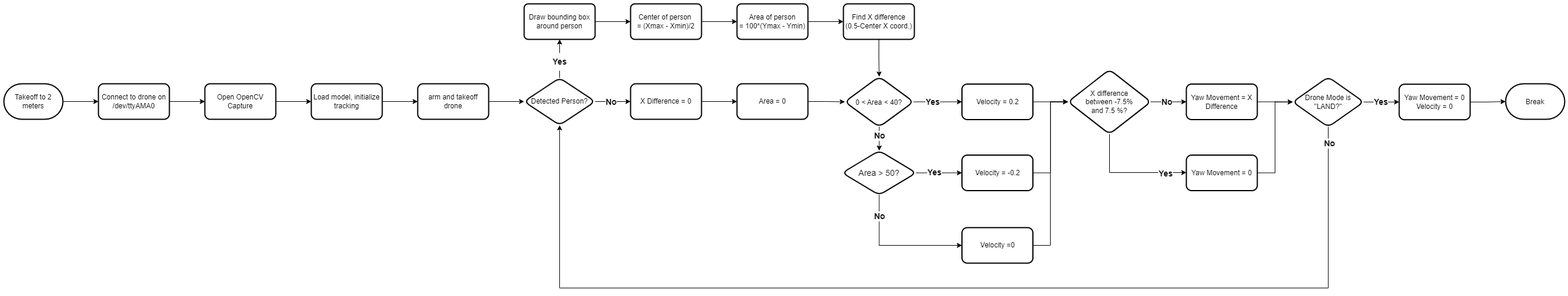
Earlier version of the draw.io export Videos and Pictures/readme gifs/person tracking flowchart.png (tommyzhng/person-tracking-drone). Source tidied: cells renumbered, new cells last; positions are measured from the earlier drawing's top-left corner, leaving out a move shared by most shapes. The source it was exported from:
```xml
<mxGraphModel>
  <root>
    <mxCell id="0" />
    <mxCell id="1" parent="0" />
    <mxCell id="2" style="edgeStyle=orthogonalEdgeStyle;rounded=0;jettySize=auto;html=1;fontSize=12;" parent="1" edge="1" source="3" target="9">
      <mxGeometry relative="1" as="geometry" />
    </mxCell>
    <mxCell id="3" value="Takeoff to 2 meters" style="strokeWidth=2;html=1;shape=mxgraph.flowchart.terminator;whiteSpace=wrap;" parent="1" vertex="1">
      <mxGeometry y="135" width="100" height="60" as="geometry" />
    </mxCell>
    <mxCell id="4" style="edgeStyle=orthogonalEdgeStyle;rounded=0;jettySize=auto;html=1;fontSize=14;" parent="1" edge="1" source="5" target="7">
      <mxGeometry relative="1" as="geometry" />
    </mxCell>
    <mxCell id="5" value="Draw bounding box around person" style="rounded=1;whiteSpace=wrap;html=1;absoluteArcSize=1;arcSize=14;strokeWidth=2;" parent="1" vertex="1">
      <mxGeometry x="880" width="120" height="60" as="geometry" />
    </mxCell>
    <mxCell id="6" style="edgeStyle=orthogonalEdgeStyle;rounded=0;jettySize=auto;html=1;fontSize=14;" parent="1" edge="1" source="7" target="21">
      <mxGeometry relative="1" as="geometry" />
    </mxCell>
    <mxCell id="7" value="Center of person&amp;nbsp;&lt;br&gt;= (Xmax - Xmin)/2" style="whiteSpace=wrap;html=1;strokeWidth=2;rounded=1;arcSize=12;" parent="1" vertex="1">
      <mxGeometry x="1060" width="120" height="60" as="geometry" />
    </mxCell>
    <mxCell id="8" style="edgeStyle=orthogonalEdgeStyle;rounded=0;jettySize=auto;html=1;fontSize=12;" parent="1" edge="1" source="9" target="11">
      <mxGeometry relative="1" as="geometry" />
    </mxCell>
    <mxCell id="9" value="Connect to drone on&lt;br&gt;/dev/ttyAMA0" style="rounded=1;whiteSpace=wrap;html=1;strokeWidth=2;" parent="1" vertex="1">
      <mxGeometry x="160" y="135" width="120" height="60" as="geometry" />
    </mxCell>
    <mxCell id="10" style="edgeStyle=orthogonalEdgeStyle;rounded=0;jettySize=auto;html=1;fontSize=12;" parent="1" edge="1" source="11" target="13">
      <mxGeometry relative="1" as="geometry" />
    </mxCell>
    <mxCell id="11" value="Open OpenCV Capture" style="rounded=1;whiteSpace=wrap;html=1;strokeWidth=2;" parent="1" vertex="1">
      <mxGeometry x="340" y="135" width="120" height="60" as="geometry" />
    </mxCell>
    <mxCell id="12" style="edgeStyle=orthogonalEdgeStyle;rounded=0;jettySize=auto;html=1;fontSize=12;" parent="1" edge="1" source="13" target="15">
      <mxGeometry relative="1" as="geometry" />
    </mxCell>
    <mxCell id="13" value="Load model, initialize tracking" style="whiteSpace=wrap;html=1;rounded=1;strokeWidth=2;" parent="1" vertex="1">
      <mxGeometry x="520" y="135" width="120" height="60" as="geometry" />
    </mxCell>
    <mxCell id="14" style="edgeStyle=orthogonalEdgeStyle;rounded=0;jettySize=auto;html=1;fontSize=12;" parent="1" edge="1" source="15" target="19">
      <mxGeometry relative="1" as="geometry" />
    </mxCell>
    <mxCell id="15" value="arm and takeoff&lt;br&gt;drone" style="whiteSpace=wrap;html=1;rounded=1;strokeWidth=2;" parent="1" vertex="1">
      <mxGeometry x="700" y="135" width="120" height="60" as="geometry" />
    </mxCell>
    <mxCell id="16" style="edgeStyle=orthogonalEdgeStyle;rounded=0;jettySize=auto;html=1;entryX=0.5;entryY=1;entryDx=0;entryDy=0;fontSize=14;exitX=0.5;exitY=0;exitDx=0;exitDy=0;startArrow=none;" parent="1" edge="1" source="38" target="5">
      <mxGeometry relative="1" as="geometry" />
    </mxCell>
    <mxCell id="17" style="edgeStyle=orthogonalEdgeStyle;rounded=0;jettySize=auto;html=1;fontSize=14;" parent="1" edge="1" source="19" target="25">
      <mxGeometry relative="1" as="geometry" />
    </mxCell>
    <mxCell id="18" value="No" style="edgeLabel;html=1;align=center;verticalAlign=middle;fontSize=14;fontStyle=1;" parent="17" vertex="1">
      <mxGeometry x="-0.25" relative="1" as="geometry">
        <mxPoint x="3" as="offset" />
      </mxGeometry>
    </mxCell>
    <mxCell id="19" value="Detected Person?" style="rhombus;whiteSpace=wrap;html=1;rounded=1;strokeWidth=2;" parent="1" vertex="1">
      <mxGeometry x="880" y="125" width="120" height="80" as="geometry" />
    </mxCell>
    <mxCell id="20" style="edgeStyle=orthogonalEdgeStyle;rounded=0;jettySize=auto;html=1;fontSize=14;" parent="1" edge="1" source="21" target="23">
      <mxGeometry relative="1" as="geometry" />
    </mxCell>
    <mxCell id="21" value="Area of person&lt;br&gt;= 100*(Ymax - Ymin)" style="whiteSpace=wrap;html=1;strokeWidth=2;rounded=1;arcSize=12;" parent="1" vertex="1">
      <mxGeometry x="1240" width="120" height="60" as="geometry" />
    </mxCell>
    <mxCell id="22" style="edgeStyle=orthogonalEdgeStyle;rounded=0;jettySize=auto;html=1;exitX=0.5;exitY=1;exitDx=0;exitDy=0;entryX=0.5;entryY=0;entryDx=0;entryDy=0;fontSize=14;" parent="1" edge="1" source="23" target="37">
      <mxGeometry relative="1" as="geometry" />
    </mxCell>
    <mxCell id="23" value="Find X difference&lt;br&gt;(0.5-Center X coord.)" style="whiteSpace=wrap;html=1;strokeWidth=2;rounded=1;arcSize=12;" parent="1" vertex="1">
      <mxGeometry x="1420" width="120" height="60" as="geometry" />
    </mxCell>
    <mxCell id="24" style="edgeStyle=orthogonalEdgeStyle;rounded=0;jettySize=auto;html=1;fontSize=14;" parent="1" edge="1" source="25" target="27">
      <mxGeometry relative="1" as="geometry" />
    </mxCell>
    <mxCell id="25" value="X Difference = 0" style="whiteSpace=wrap;html=1;rounded=1;strokeWidth=2;" parent="1" vertex="1">
      <mxGeometry x="1060" y="135" width="120" height="60" as="geometry" />
    </mxCell>
    <mxCell id="26" style="edgeStyle=orthogonalEdgeStyle;rounded=0;jettySize=auto;html=1;fontSize=14;entryX=0;entryY=0.5;entryDx=0;entryDy=0;" parent="1" edge="1" source="27" target="37">
      <mxGeometry relative="1" as="geometry" />
    </mxCell>
    <mxCell id="27" value="Area = 0" style="whiteSpace=wrap;html=1;rounded=1;strokeWidth=2;" parent="1" vertex="1">
      <mxGeometry x="1240" y="135" width="120" height="60" as="geometry" />
    </mxCell>
    <mxCell id="28" style="edgeStyle=orthogonalEdgeStyle;rounded=0;jettySize=auto;html=1;fontSize=14;" parent="1" edge="1" source="32" target="43">
      <mxGeometry relative="1" as="geometry" />
    </mxCell>
    <mxCell id="29" value="&lt;b&gt;Yes&lt;/b&gt;" style="edgeLabel;html=1;align=center;verticalAlign=middle;fontSize=14;" parent="28" vertex="1">
      <mxGeometry x="-0.19" y="1" relative="1" as="geometry">
        <mxPoint x="-1" as="offset" />
      </mxGeometry>
    </mxCell>
    <mxCell id="30" style="edgeStyle=orthogonalEdgeStyle;rounded=0;jettySize=auto;html=1;fontSize=14;exitX=0.5;exitY=1;exitDx=0;exitDy=0;entryX=0;entryY=0.5;entryDx=0;entryDy=0;" parent="1" edge="1" source="32" target="45">
      <mxGeometry relative="1" as="geometry" />
    </mxCell>
    <mxCell id="31" value="&lt;b style=&quot;font-size: 14px;&quot;&gt;No&lt;/b&gt;" style="edgeLabel;html=1;align=center;verticalAlign=middle;fontSize=14;" parent="30" vertex="1">
      <mxGeometry x="-0.35" relative="1" as="geometry">
        <mxPoint y="-38" as="offset" />
      </mxGeometry>
    </mxCell>
    <mxCell id="32" value="&lt;span style=&quot;font-size: 14px;&quot;&gt;Area &amp;gt; 50?&lt;/span&gt;" style="rhombus;whiteSpace=wrap;html=1;rounded=1;strokeWidth=2;" parent="1" vertex="1">
      <mxGeometry x="1418" y="248" width="125" height="75" as="geometry" />
    </mxCell>
    <mxCell id="33" style="edgeStyle=orthogonalEdgeStyle;rounded=0;jettySize=auto;html=1;fontSize=14;" parent="1" edge="1" source="37" target="32">
      <mxGeometry relative="1" as="geometry" />
    </mxCell>
    <mxCell id="34" value="&lt;b&gt;No&lt;/b&gt;" style="edgeLabel;html=1;align=center;verticalAlign=middle;fontSize=14;" parent="33" vertex="1">
      <mxGeometry x="-0.17" y="-2" relative="1" as="geometry">
        <mxPoint x="2" y="-2" as="offset" />
      </mxGeometry>
    </mxCell>
    <mxCell id="35" style="edgeStyle=orthogonalEdgeStyle;rounded=0;jettySize=auto;html=1;fontSize=14;" parent="1" edge="1" source="37" target="41">
      <mxGeometry relative="1" as="geometry" />
    </mxCell>
    <mxCell id="36" value="&lt;b&gt;Yes&lt;/b&gt;" style="edgeLabel;html=1;align=center;verticalAlign=middle;fontSize=14;" parent="35" vertex="1">
      <mxGeometry x="-0.22" relative="1" as="geometry" />
    </mxCell>
    <mxCell id="37" value="&lt;span style=&quot;font-size: 12px;&quot;&gt;0 &amp;lt; Area &amp;lt; 40?&lt;/span&gt;" style="rhombus;whiteSpace=wrap;html=1;rounded=1;strokeWidth=2;fontSize=14;" parent="1" vertex="1">
      <mxGeometry x="1422.4" y="123" width="116.2" height="85" as="geometry" />
    </mxCell>
    <mxCell id="38" value="Yes" style="text;html=1;align=center;verticalAlign=middle;points=[];strokeColor=none;fillColor=none;fontSize=14;fontStyle=1;" parent="1" vertex="1">
      <mxGeometry x="915" y="83" width="50" height="30" as="geometry" />
    </mxCell>
    <mxCell id="39" style="edgeStyle=orthogonalEdgeStyle;rounded=0;jettySize=auto;html=1;entryX=0.5;entryY=1;entryDx=0;entryDy=0;fontSize=14;exitX=0.5;exitY=0;exitDx=0;exitDy=0;endArrow=none;" parent="1" edge="1" source="19" target="38">
      <mxGeometry relative="1" as="geometry" />
    </mxCell>
    <mxCell id="40" style="edgeStyle=orthogonalEdgeStyle;rounded=0;jettySize=auto;html=1;fontSize=14;" parent="1" edge="1" source="41" target="50">
      <mxGeometry relative="1" as="geometry" />
    </mxCell>
    <mxCell id="41" value="Velocity = 0.2" style="rounded=1;whiteSpace=wrap;html=1;fontSize=12;strokeWidth=2;" parent="1" vertex="1">
      <mxGeometry x="1620.5" y="135.5" width="120" height="60" as="geometry" />
    </mxCell>
    <mxCell id="42" style="edgeStyle=orthogonalEdgeStyle;rounded=0;jettySize=auto;html=1;entryX=0;entryY=0.5;entryDx=0;entryDy=0;fontSize=14;" parent="1" edge="1" source="43" target="50">
      <mxGeometry relative="1" as="geometry" />
    </mxCell>
    <mxCell id="43" value="Velocity = -0.2" style="rounded=1;whiteSpace=wrap;html=1;strokeWidth=2;" parent="1" vertex="1">
      <mxGeometry x="1620.5" y="255.5" width="120" height="60" as="geometry" />
    </mxCell>
    <mxCell id="44" style="edgeStyle=orthogonalEdgeStyle;rounded=0;jettySize=auto;html=1;fontSize=14;entryX=0;entryY=0.5;entryDx=0;entryDy=0;verticalAlign=middle;endArrow=open;endFill=0;" parent="1" edge="1" source="45" target="50">
      <mxGeometry relative="1" as="geometry">
        <Array as="points">
          <mxPoint x="1770" y="408" />
          <mxPoint x="1770" y="166" />
        </Array>
      </mxGeometry>
    </mxCell>
    <mxCell id="45" value="Velocity =0" style="rounded=1;whiteSpace=wrap;html=1;strokeWidth=2;" parent="1" vertex="1">
      <mxGeometry x="1620.5" y="378" width="120" height="60" as="geometry" />
    </mxCell>
    <mxCell id="46" style="edgeStyle=orthogonalEdgeStyle;rounded=0;jettySize=auto;html=1;fontSize=14;endArrow=classic;endFill=1;" parent="1" edge="1" source="50" target="52">
      <mxGeometry relative="1" as="geometry" />
    </mxCell>
    <mxCell id="47" value="No" style="edgeLabel;html=1;align=center;verticalAlign=middle;fontSize=14;fontStyle=1;" parent="46" vertex="1">
      <mxGeometry x="-0.14" relative="1" as="geometry" />
    </mxCell>
    <mxCell id="48" style="edgeStyle=orthogonalEdgeStyle;rounded=0;jettySize=auto;html=1;fontSize=14;endArrow=classic;endFill=1;" parent="1" edge="1" source="50" target="54">
      <mxGeometry relative="1" as="geometry">
        <Array as="points">
          <mxPoint x="1870" y="285" />
        </Array>
      </mxGeometry>
    </mxCell>
    <mxCell id="49" value="Yes" style="edgeLabel;html=1;align=center;verticalAlign=middle;fontSize=14;fontStyle=1;" parent="48" vertex="1">
      <mxGeometry x="-0.39" relative="1" as="geometry">
        <mxPoint x="94" y="6" as="offset" />
      </mxGeometry>
    </mxCell>
    <mxCell id="50" value="X difference&lt;br&gt;between -7.5% &lt;br&gt;and 7.5 %?" style="rhombus;whiteSpace=wrap;html=1;rounded=1;strokeWidth=2;" parent="1" vertex="1">
      <mxGeometry x="1800" y="111" width="140" height="109" as="geometry" />
    </mxCell>
    <mxCell id="51" style="edgeStyle=orthogonalEdgeStyle;rounded=0;jettySize=auto;html=1;fontSize=14;endArrow=classic;endFill=1;" parent="1" edge="1" source="52" target="59">
      <mxGeometry relative="1" as="geometry" />
    </mxCell>
    <mxCell id="52" value="Yaw Movement = X Difference" style="whiteSpace=wrap;html=1;rounded=1;strokeWidth=2;" parent="1" vertex="1">
      <mxGeometry x="2000" y="135.5" width="120" height="60" as="geometry" />
    </mxCell>
    <mxCell id="53" style="edgeStyle=orthogonalEdgeStyle;rounded=0;jettySize=auto;html=1;entryX=0;entryY=0.5;entryDx=0;entryDy=0;fontSize=14;endArrow=classic;endFill=1;" parent="1" edge="1" source="54" target="59">
      <mxGeometry relative="1" as="geometry" />
    </mxCell>
    <mxCell id="54" value="Yaw Movement = 0" style="whiteSpace=wrap;html=1;rounded=1;strokeWidth=2;" parent="1" vertex="1">
      <mxGeometry x="2000" y="255.5" width="120" height="60" as="geometry" />
    </mxCell>
    <mxCell id="55" style="edgeStyle=orthogonalEdgeStyle;rounded=0;jettySize=auto;html=1;fontSize=14;endArrow=classic;endFill=1;" parent="1" edge="1" source="59" target="61">
      <mxGeometry relative="1" as="geometry" />
    </mxCell>
    <mxCell id="56" value="Yes" style="edgeLabel;html=1;align=center;verticalAlign=middle;fontSize=14;fontStyle=1;" parent="55" vertex="1">
      <mxGeometry x="-0.26" y="-2" relative="1" as="geometry">
        <mxPoint x="7" y="-2" as="offset" />
      </mxGeometry>
    </mxCell>
    <mxCell id="57" style="edgeStyle=orthogonalEdgeStyle;rounded=0;jettySize=auto;html=1;fontSize=14;endArrow=classic;endFill=1;entryX=0.5;entryY=1;entryDx=0;entryDy=0;" parent="1" edge="1" source="59" target="19">
      <mxGeometry relative="1" as="geometry">
        <Array as="points">
          <mxPoint x="2240" y="480" />
          <mxPoint x="940" y="480" />
        </Array>
      </mxGeometry>
    </mxCell>
    <mxCell id="58" value="&lt;b&gt;No&lt;/b&gt;" style="edgeLabel;html=1;align=center;verticalAlign=middle;fontSize=14;" parent="57" vertex="1">
      <mxGeometry x="-0.97" y="1" relative="1" as="geometry" />
    </mxCell>
    <mxCell id="59" value="Drone Mode is &quot;LAND?&quot;" style="rhombus;whiteSpace=wrap;html=1;rounded=1;strokeWidth=2;" parent="1" vertex="1">
      <mxGeometry x="2180" y="123.5" width="120" height="84.5" as="geometry" />
    </mxCell>
    <mxCell id="60" style="edgeStyle=orthogonalEdgeStyle;rounded=0;jettySize=auto;html=1;fontSize=14;endArrow=classic;endFill=1;" parent="1" edge="1" source="61" target="62">
      <mxGeometry relative="1" as="geometry" />
    </mxCell>
    <mxCell id="61" value="Yaw Movement = 0&lt;br&gt;Velocity = 0" style="whiteSpace=wrap;html=1;rounded=1;strokeWidth=2;" parent="1" vertex="1">
      <mxGeometry x="2360" y="135.8" width="120" height="60" as="geometry" />
    </mxCell>
    <mxCell id="62" value="&lt;font style=&quot;font-size: 12px;&quot;&gt;Break&lt;/font&gt;" style="strokeWidth=2;html=1;shape=mxgraph.flowchart.terminator;whiteSpace=wrap;fontSize=14;" parent="1" vertex="1">
      <mxGeometry x="2540" y="135" width="100" height="60" as="geometry" />
    </mxCell>
  </root>
</mxGraphModel>
```
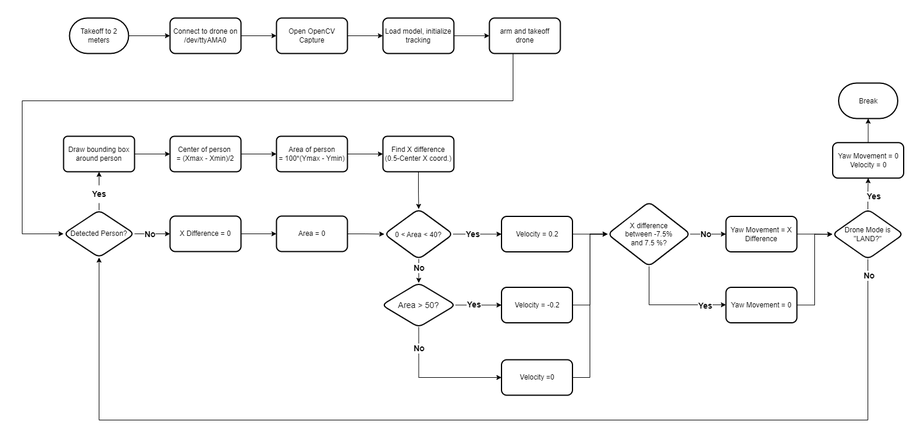
Later version of the same file.

Change to the diagram source:
```diff
@@ -6,7 +6,7 @@
       <mxGeometry relative="1" as="geometry" />
     </mxCell>
     <mxCell id="3" value="Takeoff to 2 meters" style="strokeWidth=2;html=1;shape=mxgraph.flowchart.terminator;whiteSpace=wrap;" parent="1" vertex="1">
-      <mxGeometry y="135" width="100" height="60" as="geometry" />
+      <mxGeometry x="890" y="-200" width="100" height="60" as="geometry" />
     </mxCell>
     <mxCell id="4" style="edgeStyle=orthogonalEdgeStyle;rounded=0;jettySize=auto;html=1;fontSize=14;" parent="1" edge="1" source="5" target="7">
       <mxGeometry relative="1" as="geometry" />
@@ -24,25 +24,31 @@
       <mxGeometry relative="1" as="geometry" />
     </mxCell>
     <mxCell id="9" value="Connect to drone on&lt;br&gt;/dev/ttyAMA0" style="rounded=1;whiteSpace=wrap;html=1;strokeWidth=2;" parent="1" vertex="1">
-      <mxGeometry x="160" y="135" width="120" height="60" as="geometry" />
+      <mxGeometry x="1060" y="-200" width="120" height="60" as="geometry" />
     </mxCell>
     <mxCell id="10" style="edgeStyle=orthogonalEdgeStyle;rounded=0;jettySize=auto;html=1;fontSize=12;" parent="1" edge="1" source="11" target="13">
       <mxGeometry relative="1" as="geometry" />
     </mxCell>
     <mxCell id="11" value="Open OpenCV Capture" style="rounded=1;whiteSpace=wrap;html=1;strokeWidth=2;" parent="1" vertex="1">
-      <mxGeometry x="340" y="135" width="120" height="60" as="geometry" />
+      <mxGeometry x="1240" y="-200" width="120" height="60" as="geometry" />
     </mxCell>
     <mxCell id="12" style="edgeStyle=orthogonalEdgeStyle;rounded=0;jettySize=auto;html=1;fontSize=12;" parent="1" edge="1" source="13" target="15">
       <mxGeometry relative="1" as="geometry" />
     </mxCell>
     <mxCell id="13" value="Load model, initialize tracking" style="whiteSpace=wrap;html=1;rounded=1;strokeWidth=2;" parent="1" vertex="1">
-      <mxGeometry x="520" y="135" width="120" height="60" as="geometry" />
+      <mxGeometry x="1420" y="-200" width="120" height="60" as="geometry" />
     </mxCell>
-    <mxCell id="14" style="edgeStyle=orthogonalEdgeStyle;rounded=0;jettySize=auto;html=1;fontSize=12;" parent="1" edge="1" source="15" target="19">
-      <mxGeometry relative="1" as="geometry" />
+    <mxCell id="14" style="edgeStyle=orthogonalEdgeStyle;rounded=0;jettySize=auto;html=1;entryX=0;entryY=0.5;entryDx=0;entryDy=0;" parent="1" edge="1" source="15" target="19">
+      <mxGeometry relative="1" as="geometry">
+        <Array as="points">
+          <mxPoint x="1640" y="-60" />
+          <mxPoint x="810" y="-60" />
+          <mxPoint x="810" y="165" />
+        </Array>
+      </mxGeometry>
     </mxCell>
     <mxCell id="15" value="arm and takeoff&lt;br&gt;drone" style="whiteSpace=wrap;html=1;rounded=1;strokeWidth=2;" parent="1" vertex="1">
-      <mxGeometry x="700" y="135" width="120" height="60" as="geometry" />
+      <mxGeometry x="1600" y="-200" width="120" height="60" as="geometry" />
     </mxCell>
     <mxCell id="16" style="edgeStyle=orthogonalEdgeStyle;rounded=0;jettySize=auto;html=1;entryX=0.5;entryY=1;entryDx=0;entryDy=0;fontSize=14;exitX=0.5;exitY=0;exitDx=0;exitDy=0;startArrow=none;" parent="1" edge="1" source="38" target="5">
       <mxGeometry relative="1" as="geometry" />
@@ -206,10 +212,10 @@
       <mxGeometry relative="1" as="geometry" />
     </mxCell>
     <mxCell id="61" value="Yaw Movement = 0&lt;br&gt;Velocity = 0" style="whiteSpace=wrap;html=1;rounded=1;strokeWidth=2;" parent="1" vertex="1">
-      <mxGeometry x="2360" y="135.8" width="120" height="60" as="geometry" />
+      <mxGeometry x="2180.5" y="10.8" width="120" height="60" as="geometry" />
     </mxCell>
     <mxCell id="62" value="&lt;font style=&quot;font-size: 12px;&quot;&gt;Break&lt;/font&gt;" style="strokeWidth=2;html=1;shape=mxgraph.flowchart.terminator;whiteSpace=wrap;fontSize=14;" parent="1" vertex="1">
-      <mxGeometry x="2540" y="135" width="100" height="60" as="geometry" />
+      <mxGeometry x="2190.5" y="-90" width="100" height="60" as="geometry" />
     </mxCell>
   </root>
 </mxGraphModel>
```
